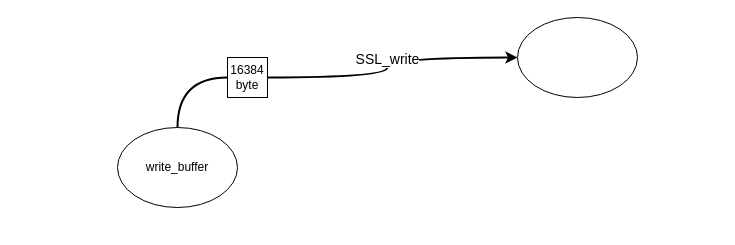
The draw.io diagram page "ssl_socket:doWrite" (2 of 3) of memcpy_test_arch.drawio in xu1zhou/Documents, before the edit. Source tidied: cells renumbered, new cells numbered last; positions are measured from the earlier drawing's top-left corner, leaving out a move shared by most shapes. Both pictures are drawn from the tidied source at 100%, with x=0, y=0 at pixel (117, 17).
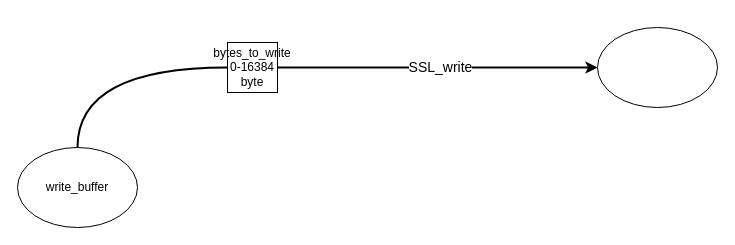
The same page after the edit.

The edit, as a diff of the source:
```diff
@@
 <mxGraphModel>
   <root>
     <mxCell id="0" />
     <mxCell id="1" parent="0" />
     <mxCell id="2" value="&lt;font style=&quot;font-size: 14px&quot;&gt;SSL_write&lt;/font&gt;" style="edgeStyle=orthogonalEdgeStyle;rounded=0;jettySize=auto;html=1;entryX=0;entryY=0.5;entryDx=0;entryDy=0;strokeWidth=2;curved=1;exitX=1;exitY=0.5;exitDx=0;exitDy=0;startArrow=none;" parent="1" edge="1" source="5" target="4">
       <mxGeometry x="0.02" relative="1" as="geometry">
         <Array as="points">
-          <mxPoint x="270" y="60" />
-          <mxPoint x="270" y="40" />
+          <mxPoint x="160" y="50" />
+          <mxPoint x="460" y="50" />
         </Array>
       </mxGeometry>
     </mxCell>
     <mxCell id="3" value="write_buffer" style="ellipse;whiteSpace=wrap;html=1;" parent="1" vertex="1">
-      <mxGeometry y="110" width="120" height="80" as="geometry" />
+      <mxGeometry x="-100" y="130" width="120" height="80" as="geometry" />
     </mxCell>
     <mxCell id="4" style="ellipse;whiteSpace=wrap;html=1;" parent="1" vertex="1">
-      <mxGeometry x="400" width="120" height="80" as="geometry" />
+      <mxGeometry x="480" y="10" width="120" height="80" as="geometry" />
     </mxCell>
-    <mxCell id="5" value="16384&lt;br&gt;byte" style="whiteSpace=wrap;html=1;" parent="1" vertex="1">
-      <mxGeometry x="110" y="40" width="40" height="40" as="geometry" />
+    <mxCell id="5" value="bytes_to_write&lt;br&gt;0-16384&lt;br&gt;byte" style="whiteSpace=wrap;html=1;" parent="1" vertex="1">
+      <mxGeometry x="110" y="25" width="50" height="50" as="geometry" />
     </mxCell>
     <mxCell id="6" style="edgeStyle=orthogonalEdgeStyle;rounded=0;jettySize=auto;html=1;entryX=0;entryY=0.5;entryDx=0;entryDy=0;strokeWidth=2;curved=1;exitX=0.5;exitY=0;exitDx=0;exitDy=0;endArrow=none;" parent="1" edge="1" source="3" target="5">
       <mxGeometry x="0.02" relative="1" as="geometry" />
     </mxCell>
   </root>
 </mxGraphModel>
```
